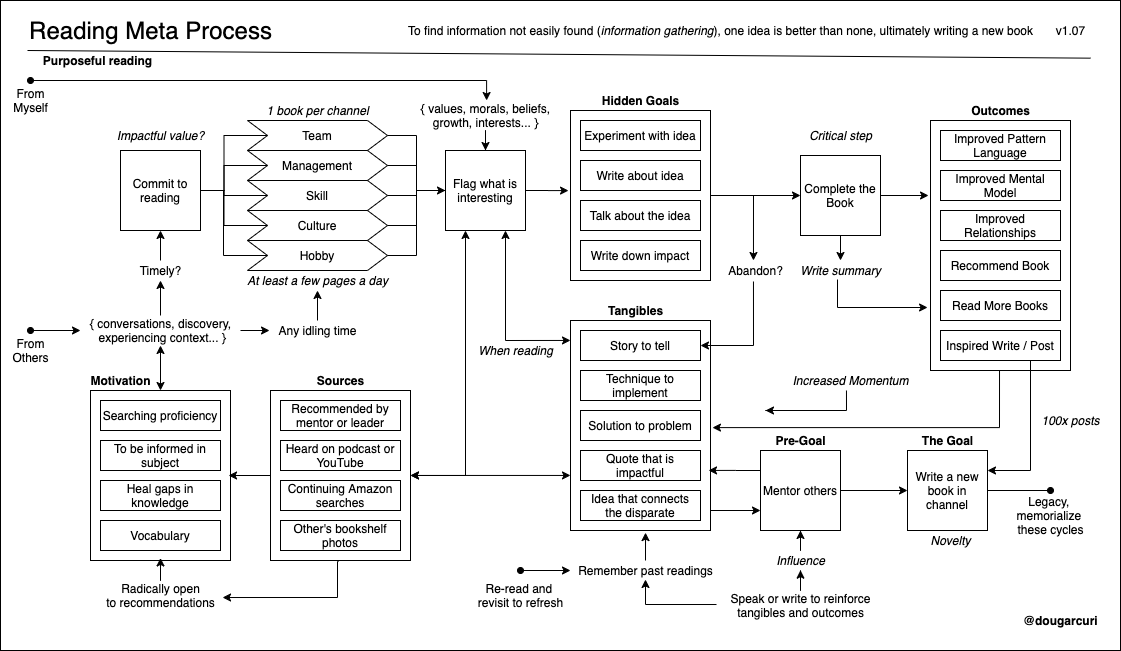
The draw.io diagram books/diagrams/reading-process.png in solidi/learning-notes, before a commit. Source tidied: cells renumbered, new cells last; positions are measured from the earlier drawing's top-left corner, leaving out a move shared by most shapes.
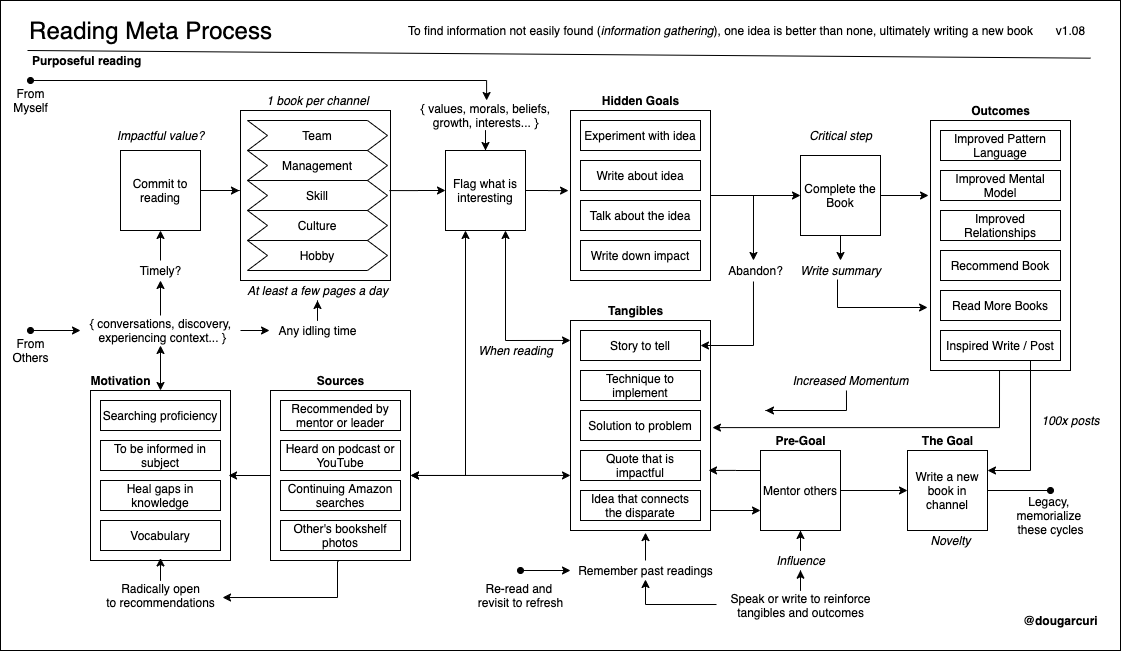
The same file after the commit.

Commit message:
Update reading diagram to 1.08 and exploded diagram for new writing

What changed in the source:
```diff
@@ -5,6 +5,9 @@
     <mxCell id="2" style="rounded=0;whiteSpace=wrap;html=1;fillColor=none;" parent="1" vertex="1">
       <mxGeometry width="1120" height="650" as="geometry" />
     </mxCell>
+    <mxCell id="119" style="verticalLabelPosition=bottom;verticalAlign=top;html=1;shape=mxgraph.basic.rect;fillColor2=none;strokeWidth=1;size=20;indent=5;fillColor=none;" parent="1" vertex="1">
+      <mxGeometry x="240" y="110" width="150" height="170" as="geometry" />
+    </mxCell>
     <mxCell id="3" style="edgeStyle=orthogonalEdgeStyle;rounded=0;jettySize=auto;html=1;entryX=0.471;entryY=0;entryDx=0;entryDy=0;entryPerimeter=0;startArrow=none;startFill=0;endArrow=classic;endFill=1;" parent="1" edge="1" source="4" target="112">
       <mxGeometry relative="1" as="geometry" />
     </mxCell>
@@ -34,38 +37,17 @@
     <mxCell id="10" value="&lt;font style=&quot;font-size: 24px&quot;&gt;Reading Meta Process&lt;/font&gt;" style="text;html=1;align=center;verticalAlign=middle;" parent="1" vertex="1">
       <mxGeometry x="20" y="20" width="260" height="20" as="geometry" />
     </mxCell>
-    <mxCell id="11" style="edgeStyle=orthogonalEdgeStyle;rounded=0;jettySize=auto;html=1;exitX=1;exitY=0.5;exitDx=0;exitDy=0;entryX=0;entryY=0.5;entryDx=0;entryDy=0;startArrow=none;startFill=0;endArrow=none;endFill=0;" parent="1" edge="1" source="16" target="42">
-      <mxGeometry relative="1" as="geometry" />
-    </mxCell>
-    <mxCell id="12" style="edgeStyle=orthogonalEdgeStyle;rounded=0;jettySize=auto;html=1;exitX=1;exitY=0.5;exitDx=0;exitDy=0;entryX=0;entryY=0.5;entryDx=0;entryDy=0;startArrow=none;startFill=0;endArrow=none;endFill=0;" parent="1" edge="1" source="16" target="44">
-      <mxGeometry relative="1" as="geometry" />
-    </mxCell>
-    <mxCell id="13" style="edgeStyle=orthogonalEdgeStyle;rounded=0;jettySize=auto;html=1;exitX=1;exitY=0.5;exitDx=0;exitDy=0;entryX=0;entryY=0.5;entryDx=0;entryDy=0;startArrow=none;startFill=0;endArrow=none;endFill=0;" parent="1" edge="1" source="16" target="46">
-      <mxGeometry relative="1" as="geometry" />
-    </mxCell>
-    <mxCell id="14" style="edgeStyle=orthogonalEdgeStyle;rounded=0;jettySize=auto;html=1;exitX=1;exitY=0.5;exitDx=0;exitDy=0;entryX=0;entryY=0.5;entryDx=0;entryDy=0;startArrow=none;startFill=0;endArrow=none;endFill=0;" parent="1" edge="1" source="16" target="48">
-      <mxGeometry relative="1" as="geometry" />
-    </mxCell>
-    <mxCell id="15" style="edgeStyle=orthogonalEdgeStyle;rounded=0;jettySize=auto;html=1;exitX=1;exitY=0.5;exitDx=0;exitDy=0;startArrow=none;startFill=0;endArrow=none;endFill=0;" parent="1" edge="1" target="79">
-      <mxGeometry relative="1" as="geometry">
-        <mxPoint x="203" y="190" as="sourcePoint" />
-        <Array as="points">
-          <mxPoint x="223" y="190" />
-          <mxPoint x="223" y="255" />
-        </Array>
-      </mxGeometry>
-    </mxCell>
+    <mxCell id="120" style="edgeStyle=orthogonalEdgeStyle;rounded=0;jettySize=auto;html=1;exitX=1;exitY=0.5;exitDx=0;exitDy=0;entryX=-0.007;entryY=0.471;entryDx=0;entryDy=0;entryPerimeter=0;fillColor=#999999;" parent="1" edge="1" source="16" target="119">
+      <mxGeometry relative="1" as="geometry" />
+    </mxCell>
     <mxCell id="16" value="Commit to reading" style="whiteSpace=wrap;html=1;" parent="1" vertex="1">
       <mxGeometry x="120" y="150" width="80" height="80" as="geometry" />
     </mxCell>
     <mxCell id="17" value="To find information not easily found (&lt;i&gt;information gathering&lt;/i&gt;), one idea is better than none, ultimately writing a new book" style="text;html=1;align=center;verticalAlign=middle;" parent="1" vertex="1">
       <mxGeometry x="400" y="20" width="640" height="20" as="geometry" />
     </mxCell>
-    <mxCell id="18" style="edgeStyle=orthogonalEdgeStyle;rounded=0;jettySize=auto;html=1;exitX=1;exitY=0.5;exitDx=0;exitDy=0;entryX=0;entryY=0.5;entryDx=0;entryDy=0;" parent="1" edge="1" source="42" target="22">
-      <mxGeometry relative="1" as="geometry" />
-    </mxCell>
-    <mxCell id="19" value="&lt;b&gt;Purposeful reading&lt;/b&gt;" style="text;html=1;align=center;verticalAlign=middle;" parent="1" vertex="1">
-      <mxGeometry x="37" y="50" width="120" height="20" as="geometry" />
+    <mxCell id="19" value="&lt;b&gt;Purposeful reading&lt;/b&gt;" style="text;html=1;align=left;verticalAlign=middle;" parent="1" vertex="1">
+      <mxGeometry x="30" y="50" width="120" height="20" as="geometry" />
     </mxCell>
     <mxCell id="20" style="edgeStyle=orthogonalEdgeStyle;rounded=0;jettySize=auto;html=1;exitX=0.25;exitY=1;exitDx=0;exitDy=0;entryX=1;entryY=0.5;entryDx=0;entryDy=0;entryPerimeter=0;startArrow=classic;startFill=1;endArrow=classic;endFill=1;" parent="1" edge="1" source="22" target="66">
       <mxGeometry relative="1" as="geometry" />
@@ -82,7 +64,7 @@
     <mxCell id="24" value="Write about idea" style="rounded=0;whiteSpace=wrap;html=1;" parent="1" vertex="1">
       <mxGeometry x="580" y="160" width="120" height="30" as="geometry" />
     </mxCell>
-    <mxCell id="25" value="v1.07" style="text;html=1;align=center;verticalAlign=middle;" parent="1" vertex="1">
+    <mxCell id="25" value="v1.08" style="text;html=1;align=center;verticalAlign=middle;" parent="1" vertex="1">
       <mxGeometry x="1050" y="20" width="40" height="20" as="geometry" />
     </mxCell>
     <mxCell id="26" value="&lt;b&gt;@dougarcuri&lt;/b&gt;" style="text;html=1;align=center;verticalAlign=middle;" parent="1" vertex="1">
@@ -98,10 +80,10 @@
       <mxGeometry x="580" y="200" width="120" height="30" as="geometry" />
     </mxCell>
     <mxCell id="29" value="&lt;i&gt;1 book per channel&lt;/i&gt;" style="text;html=1;align=center;verticalAlign=middle;" parent="1" vertex="1">
-      <mxGeometry x="257" y="100" width="120" height="20" as="geometry" />
+      <mxGeometry x="257" y="90" width="120" height="20" as="geometry" />
     </mxCell>
     <mxCell id="30" value="&lt;i&gt;At least a few pages a day&lt;/i&gt;" style="text;html=1;align=center;verticalAlign=middle;points=[];" parent="1" vertex="1">
-      <mxGeometry x="237" y="270" width="160" height="20" as="geometry" />
+      <mxGeometry x="237" y="280" width="160" height="20" as="geometry" />
     </mxCell>
     <mxCell id="31" style="edgeStyle=orthogonalEdgeStyle;rounded=0;jettySize=auto;html=1;entryX=0.5;entryY=0.985;entryDx=0;entryDy=0;entryPerimeter=0;startArrow=none;startFill=0;endArrow=classic;endFill=1;" parent="1" edge="1" source="32" target="5">
       <mxGeometry relative="1" as="geometry" />
@@ -139,21 +121,12 @@
     <mxCell id="42" value="Team" style="shape=step;perimeter=stepPerimeter;whiteSpace=wrap;html=1;fixedSize=1;fillColor=none;" parent="1" vertex="1">
       <mxGeometry x="247" y="120" width="140" height="30" as="geometry" />
     </mxCell>
-    <mxCell id="43" style="edgeStyle=orthogonalEdgeStyle;rounded=0;jettySize=auto;html=1;exitX=1;exitY=0.5;exitDx=0;exitDy=0;endArrow=none;endFill=0;" parent="1" edge="1" source="44" target="22">
-      <mxGeometry relative="1" as="geometry" />
-    </mxCell>
     <mxCell id="44" value="Management" style="shape=step;perimeter=stepPerimeter;whiteSpace=wrap;html=1;fixedSize=1;fillColor=none;" parent="1" vertex="1">
       <mxGeometry x="247" y="150" width="140" height="30" as="geometry" />
     </mxCell>
-    <mxCell id="45" style="edgeStyle=orthogonalEdgeStyle;rounded=0;jettySize=auto;html=1;exitX=1;exitY=0.5;exitDx=0;exitDy=0;entryX=0;entryY=0.5;entryDx=0;entryDy=0;endArrow=none;endFill=0;" parent="1" edge="1" source="46" target="22">
-      <mxGeometry relative="1" as="geometry" />
-    </mxCell>
     <mxCell id="46" value="Skill" style="shape=step;perimeter=stepPerimeter;whiteSpace=wrap;html=1;fixedSize=1;fillColor=none;" parent="1" vertex="1">
       <mxGeometry x="247" y="180" width="140" height="30" as="geometry" />
     </mxCell>
-    <mxCell id="47" style="edgeStyle=orthogonalEdgeStyle;rounded=0;jettySize=auto;html=1;exitX=1;exitY=0.5;exitDx=0;exitDy=0;entryX=0;entryY=0.5;entryDx=0;entryDy=0;endArrow=none;endFill=0;" parent="1" edge="1" source="48" target="22">
-      <mxGeometry relative="1" as="geometry" />
-    </mxCell>
     <mxCell id="48" value="Culture" style="shape=step;perimeter=stepPerimeter;whiteSpace=wrap;html=1;fixedSize=1;fillColor=none;" parent="1" vertex="1">
       <mxGeometry x="247" y="210" width="140" height="30" as="geometry" />
     </mxCell>
@@ -253,9 +226,6 @@
     <mxCell id="77" value="Other's bookshelf photos" style="rounded=0;whiteSpace=wrap;html=1;" parent="1" vertex="1">
       <mxGeometry x="280" y="520" width="120" height="30" as="geometry" />
     </mxCell>
-    <mxCell id="78" style="edgeStyle=orthogonalEdgeStyle;rounded=0;jettySize=auto;html=1;exitX=1;exitY=0.5;exitDx=0;exitDy=0;entryX=0;entryY=0.5;entryDx=0;entryDy=0;startArrow=none;startFill=0;endArrow=none;endFill=0;" parent="1" edge="1" source="79" target="22">
-      <mxGeometry relative="1" as="geometry" />
-    </mxCell>
     <mxCell id="79" value="Hobby" style="shape=step;perimeter=stepPerimeter;whiteSpace=wrap;html=1;fixedSize=1;fillColor=none;" parent="1" vertex="1">
       <mxGeometry x="247" y="240" width="140" height="30" as="geometry" />
     </mxCell>
@@ -398,5 +368,8 @@
     <mxCell id="118" value="&lt;i&gt;100x posts&lt;/i&gt;" style="text;html=1;align=center;verticalAlign=middle;" parent="1" vertex="1">
       <mxGeometry x="1035" y="410" width="70" height="20" as="geometry" />
     </mxCell>
+    <mxCell id="121" style="edgeStyle=orthogonalEdgeStyle;rounded=0;jettySize=auto;html=1;entryX=0;entryY=0.5;entryDx=0;entryDy=0;fillColor=#999999;exitX=0.993;exitY=0.471;exitDx=0;exitDy=0;exitPerimeter=0;" parent="1" edge="1" source="119" target="22">
+      <mxGeometry relative="1" as="geometry" />
+    </mxCell>
   </root>
 </mxGraphModel>
```
